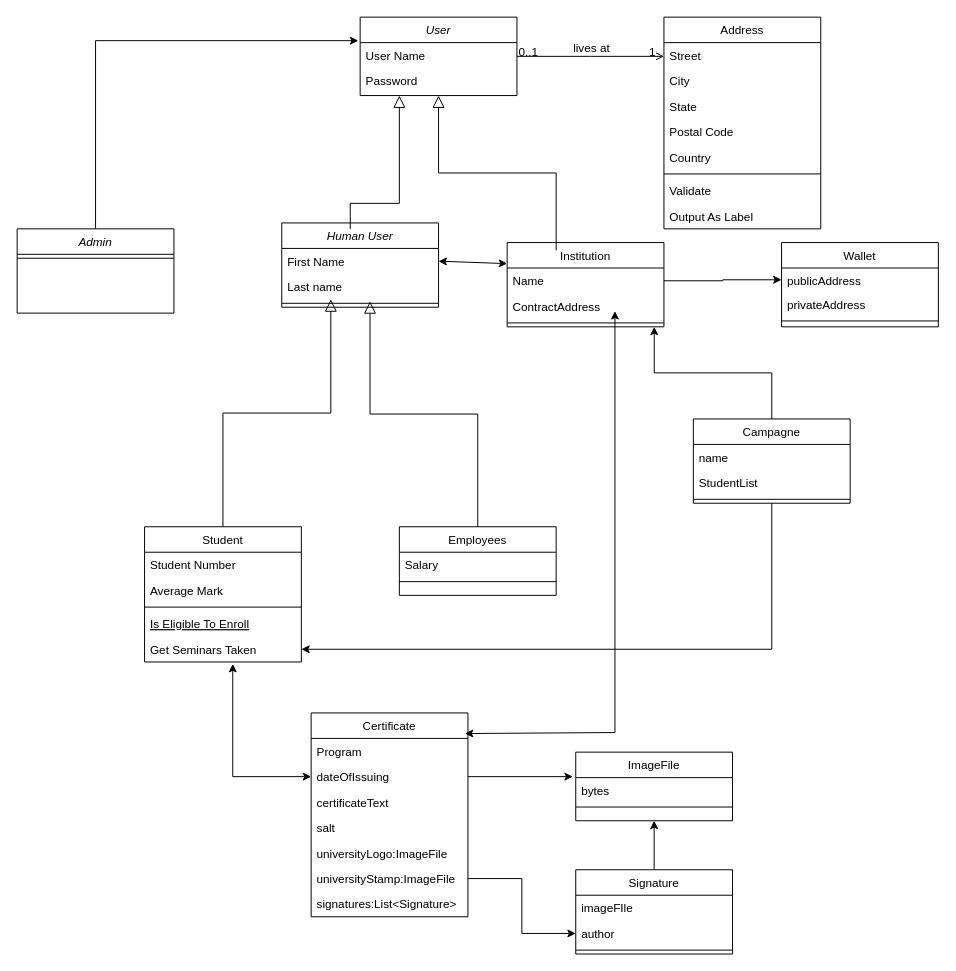
momolakeit/certChain keeps this draw.io diagram as diagram.drawio. Above is the earlier version. Source tidied: cells renumbered, new cells numbered last; positions are measured from the earlier drawing's top-left corner, leaving out a move shared by most shapes. Both pictures are drawn from the tidied source at 98%, with x=0, y=0 at pixel (17, 17).
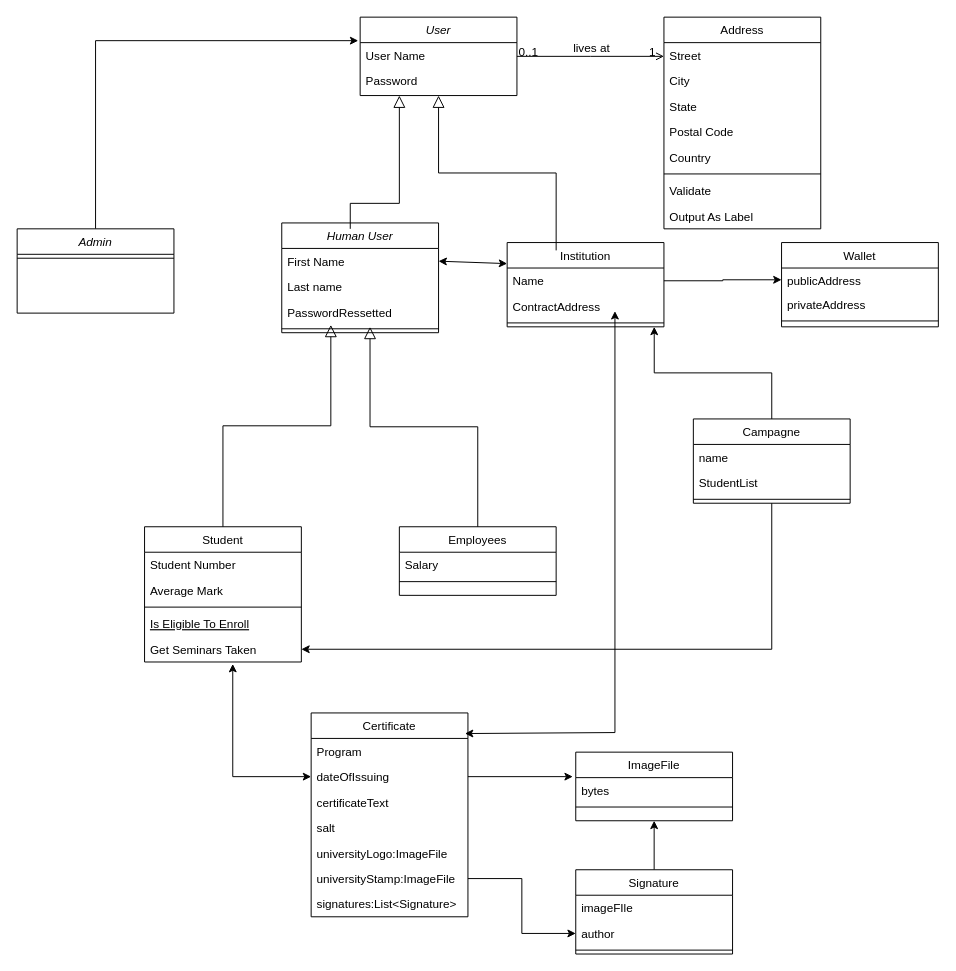
After the change.

Change to the diagram source:
```diff
@@
     <mxCell id="33" value="Human User&#10;" style="swimlane;fontStyle=2;align=center;verticalAlign=top;horizontal=1;startSize=26;rounded=0;shadow=0;strokeWidth=1;" parent="1" vertex="1">
-      <mxGeometry x="270" y="210" width="160" height="86" as="geometry" />
+      <mxGeometry x="270" y="210" width="160" height="112" as="geometry" />
     </mxCell>
@@
+    <mxCell id="74" value="Last name" style="text;align=left;verticalAlign=top;spacingLeft=4;spacingRight=4;overflow=hidden;rounded=0;shadow=0;html=0;" parent="33" vertex="1">
+      <mxGeometry y="52" width="160" height="26" as="geometry" />
+    </mxCell>
-    <mxCell id="35" value="Last name" style="text;align=left;verticalAlign=top;spacingLeft=4;spacingRight=4;overflow=hidden;rounded=0;shadow=0;html=0;" parent="33" vertex="1">
-      <mxGeometry y="52" width="160" height="26" as="geometry" />
+    <mxCell id="35" value="PasswordRessetted" style="text;align=left;verticalAlign=top;spacingLeft=4;spacingRight=4;overflow=hidden;rounded=0;shadow=0;html=0;" parent="33" vertex="1">
+      <mxGeometry y="78" width="160" height="26" as="geometry" />
     </mxCell>
     <mxCell id="36" style="line;html=1;strokeWidth=1;align=left;verticalAlign=middle;spacingTop=-1;spacingLeft=3;spacingRight=3;labelPosition=right;points=[];portConstraint=eastwest;" parent="33" vertex="1">
-      <mxGeometry y="78" width="160" height="8" as="geometry" />
+      <mxGeometry y="104" width="160" height="8" as="geometry" />
     </mxCell>
```
